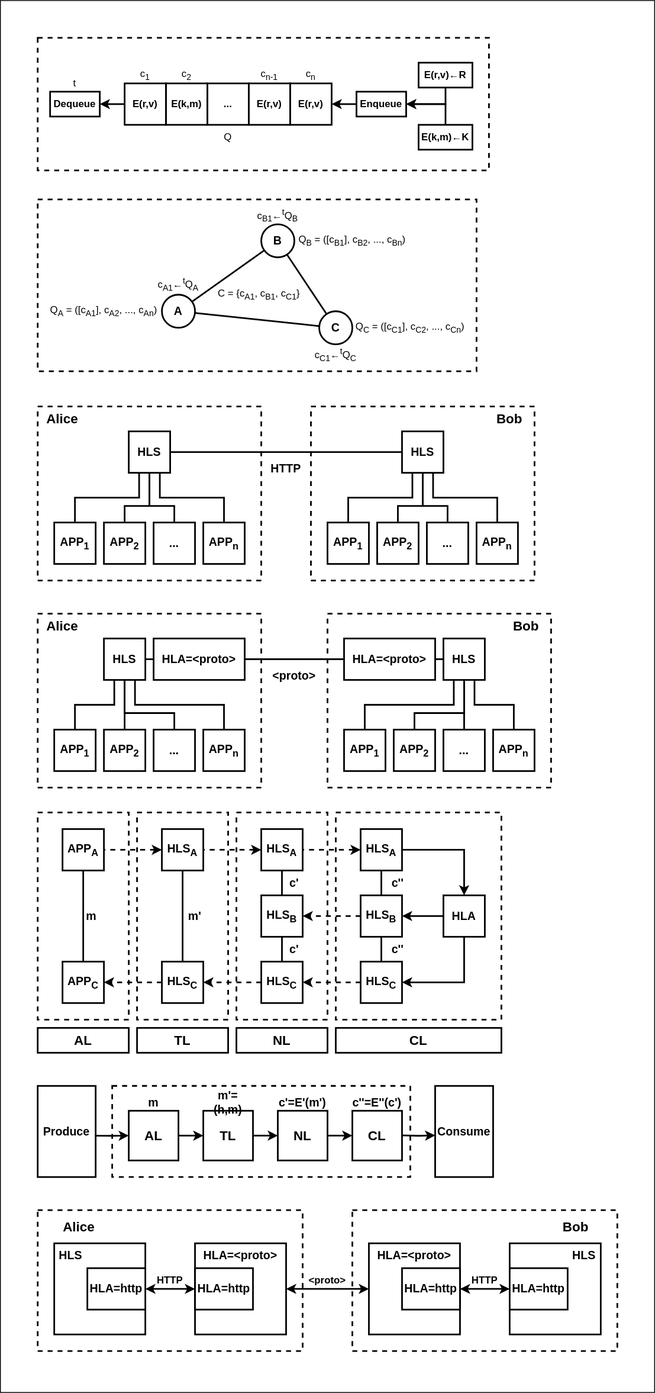
Above: docs/hidden_lake_anonymous_network_scheme.svg in number571/hidden-lake (draw.io), before the change. Source tidied: cells renumbered, new cells last; positions are measured from the earlier drawing's top-left corner, leaving out a move shared by most shapes.
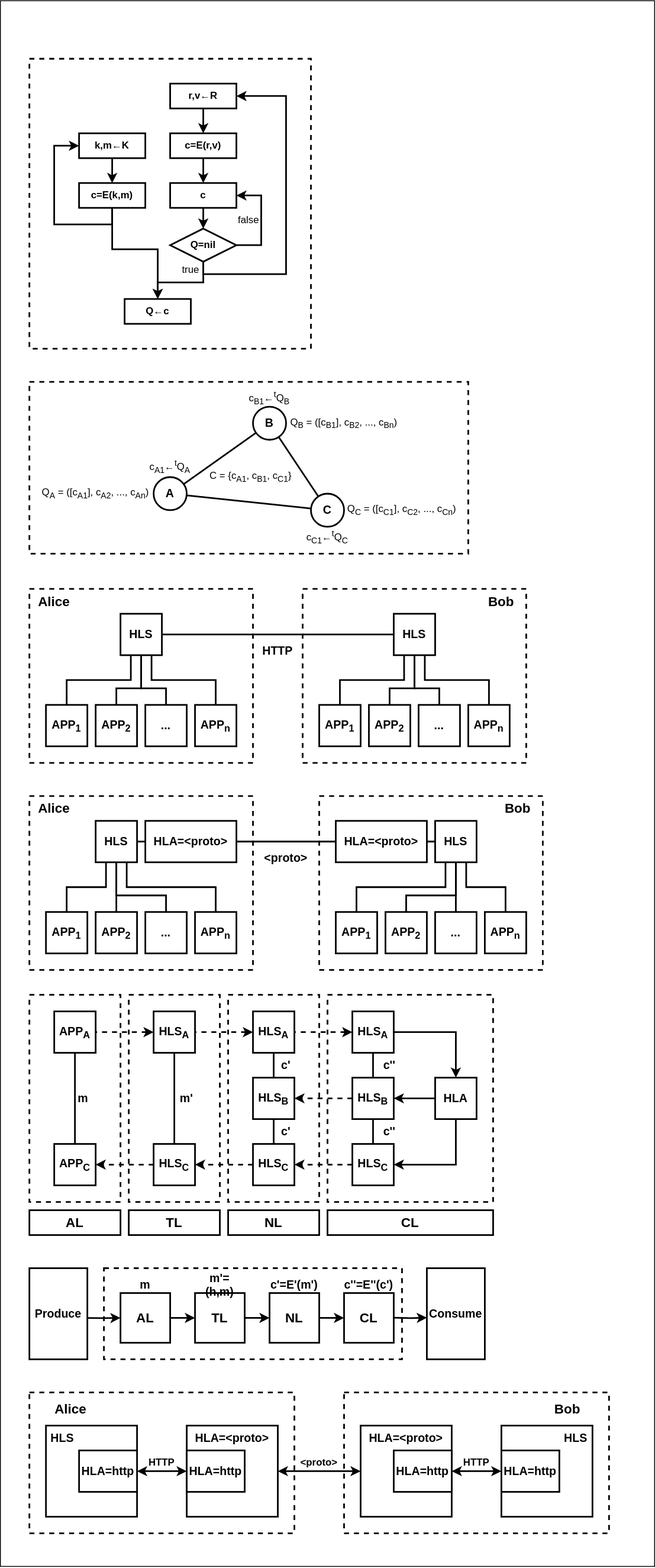
The same diagram one commit later.

Change to the diagram source:
```diff
@@ -361,7 +361,7 @@
       <mxGeometry x="45" y="1240" width="110" height="30" as="geometry" />
     </mxCell>
     <mxCell id="108" style="rounded=0;whiteSpace=wrap;html=1;strokeColor=default;fillColor=none;" parent="1" vertex="1">
-      <mxGeometry width="790" height="1680" as="geometry" />
+      <mxGeometry x="10" y="-220" width="790" height="1890" as="geometry" />
     </mxCell>
     <mxCell id="109" style="edgeStyle=orthogonalEdgeStyle;rounded=0;jettySize=auto;html=1;exitX=0.994;exitY=0.547;exitDx=0;exitDy=0;entryX=0;entryY=0.5;entryDx=0;entryDy=0;strokeWidth=2;exitPerimeter=0;" parent="1" edge="1" source="110" target="113">
       <mxGeometry relative="1" as="geometry" />
@@ -483,65 +483,91 @@
     <mxCell id="147" style="rounded=0;whiteSpace=wrap;html=1;fillColor=none;strokeWidth=2;dashed=1;" parent="1" vertex="1">
       <mxGeometry x="45" y="240" width="530" height="207.5" as="geometry" />
     </mxCell>
-    <mxCell id="148" style="edgeStyle=orthogonalEdgeStyle;rounded=0;jettySize=auto;html=1;exitX=0;exitY=0.5;exitDx=0;exitDy=0;entryX=1;entryY=0.5;entryDx=0;entryDy=0;strokeWidth=2;" parent="1" edge="1" source="149" target="160">
-      <mxGeometry relative="1" as="geometry" />
-    </mxCell>
-    <mxCell id="149" value="&lt;b&gt;E(r,v)&lt;/b&gt;" style="rounded=0;whiteSpace=wrap;html=1;strokeWidth=2;" parent="1" vertex="1">
-      <mxGeometry x="150" y="100" width="50" height="50" as="geometry" />
-    </mxCell>
-    <mxCell id="150" value="c&lt;sub&gt;1&lt;/sub&gt;" style="text;html=1;align=center;verticalAlign=middle;whiteSpace=wrap;rounded=0;" parent="1" vertex="1">
-      <mxGeometry x="150" y="80" width="50" height="20" as="geometry" />
-    </mxCell>
-    <mxCell id="151" value="&lt;b&gt;E(k,m)&lt;/b&gt;" style="rounded=0;whiteSpace=wrap;html=1;strokeWidth=2;" parent="1" vertex="1">
-      <mxGeometry x="200" y="100" width="50" height="50" as="geometry" />
-    </mxCell>
-    <mxCell id="152" value="c&lt;sub&gt;2&lt;/sub&gt;" style="text;html=1;align=center;verticalAlign=middle;whiteSpace=wrap;rounded=0;" parent="1" vertex="1">
-      <mxGeometry x="200" y="80" width="50" height="20" as="geometry" />
-    </mxCell>
-    <mxCell id="153" value="&lt;b&gt;...&lt;/b&gt;" style="rounded=0;whiteSpace=wrap;html=1;strokeWidth=2;" parent="1" vertex="1">
-      <mxGeometry x="250" y="100" width="50" height="50" as="geometry" />
-    </mxCell>
-    <mxCell id="154" value="&lt;b&gt;E(r,v)&lt;/b&gt;" style="rounded=0;whiteSpace=wrap;html=1;strokeWidth=2;" parent="1" vertex="1">
-      <mxGeometry x="300" y="100" width="50" height="50" as="geometry" />
-    </mxCell>
-    <mxCell id="155" value="&lt;b&gt;E(r,v)&lt;/b&gt;" style="rounded=0;whiteSpace=wrap;html=1;strokeWidth=2;" parent="1" vertex="1">
-      <mxGeometry x="350" y="100" width="50" height="50" as="geometry" />
-    </mxCell>
-    <mxCell id="156" value="c&lt;sub&gt;n-1&lt;/sub&gt;" style="text;html=1;align=center;verticalAlign=middle;whiteSpace=wrap;rounded=0;" parent="1" vertex="1">
-      <mxGeometry x="300" y="80" width="50" height="20" as="geometry" />
-    </mxCell>
-    <mxCell id="157" value="c&lt;sub&gt;n&lt;/sub&gt;" style="text;html=1;align=center;verticalAlign=middle;whiteSpace=wrap;rounded=0;" parent="1" vertex="1">
-      <mxGeometry x="350" y="80" width="50" height="20" as="geometry" />
-    </mxCell>
-    <mxCell id="158" style="edgeStyle=orthogonalEdgeStyle;rounded=0;jettySize=auto;html=1;exitX=0.5;exitY=1;exitDx=0;exitDy=0;entryX=1;entryY=0.5;entryDx=0;entryDy=0;strokeWidth=2;" parent="1" edge="1" source="159" target="165">
-      <mxGeometry relative="1" as="geometry" />
-    </mxCell>
-    <mxCell id="159" value="&lt;b&gt;E(r,v)←R&lt;/b&gt;" style="rounded=0;whiteSpace=wrap;html=1;strokeWidth=2;" parent="1" vertex="1">
-      <mxGeometry x="505" y="75" width="65" height="30" as="geometry" />
-    </mxCell>
-    <mxCell id="160" value="&lt;b&gt;Dequeue&lt;/b&gt;" style="rounded=0;whiteSpace=wrap;html=1;strokeWidth=2;" parent="1" vertex="1">
-      <mxGeometry x="60" y="110" width="60" height="30" as="geometry" />
-    </mxCell>
-    <mxCell id="161" value="Q" style="text;html=1;align=center;verticalAlign=middle;whiteSpace=wrap;rounded=0;" parent="1" vertex="1">
-      <mxGeometry x="150" y="150" width="250" height="30" as="geometry" />
-    </mxCell>
-    <mxCell id="162" style="edgeStyle=orthogonalEdgeStyle;rounded=0;jettySize=auto;html=1;exitX=0.5;exitY=0;exitDx=0;exitDy=0;entryX=1;entryY=0.5;entryDx=0;entryDy=0;strokeWidth=2;" parent="1" edge="1" source="163" target="165">
-      <mxGeometry relative="1" as="geometry" />
-    </mxCell>
-    <mxCell id="163" value="&lt;b&gt;E(k,m)←K&lt;/b&gt;" style="rounded=0;whiteSpace=wrap;html=1;strokeWidth=2;" parent="1" vertex="1">
-      <mxGeometry x="505" y="150" width="65" height="30" as="geometry" />
-    </mxCell>
-    <mxCell id="164" style="edgeStyle=orthogonalEdgeStyle;rounded=0;jettySize=auto;html=1;exitX=0;exitY=0.5;exitDx=0;exitDy=0;entryX=1;entryY=0.5;entryDx=0;entryDy=0;strokeWidth=2;" parent="1" edge="1" source="165" target="155">
-      <mxGeometry relative="1" as="geometry" />
-    </mxCell>
-    <mxCell id="165" value="&lt;b&gt;Enqueue&lt;/b&gt;" style="rounded=0;whiteSpace=wrap;html=1;strokeWidth=2;" parent="1" vertex="1">
-      <mxGeometry x="430" y="110" width="60" height="30" as="geometry" />
-    </mxCell>
-    <mxCell id="166" value="t" style="text;html=1;align=center;verticalAlign=middle;whiteSpace=wrap;rounded=0;" parent="1" vertex="1">
-      <mxGeometry x="60" y="90" width="60" height="20" as="geometry" />
-    </mxCell>
-    <mxCell id="167" style="rounded=0;whiteSpace=wrap;html=1;fillColor=none;strokeWidth=2;dashed=1;" parent="1" vertex="1">
-      <mxGeometry x="45" y="45" width="545" height="160" as="geometry" />
-    </mxCell>
+    <mxCell id="168" style="edgeStyle=orthogonalEdgeStyle;rounded=0;jettySize=auto;html=1;exitX=0.5;exitY=1;exitDx=0;exitDy=0;entryX=0.5;entryY=0;entryDx=0;entryDy=0;strokeWidth=2;" parent="1" edge="1" source="171" target="170">
+      <mxGeometry relative="1" as="geometry" />
+    </mxCell>
+    <mxCell id="169" style="edgeStyle=orthogonalEdgeStyle;rounded=0;jettySize=auto;html=1;exitX=0.5;exitY=1;exitDx=0;exitDy=0;entryX=0;entryY=0.5;entryDx=0;entryDy=0;strokeWidth=2;" parent="1" edge="1" source="170" target="171">
+      <mxGeometry relative="1" as="geometry">
+        <Array as="points">
+          <mxPoint x="145" y="50" />
+          <mxPoint x="75" y="50" />
+          <mxPoint x="75" y="-45" />
+        </Array>
+      </mxGeometry>
+    </mxCell>
+    <mxCell id="170" value="&lt;b&gt;c=E(k,m)&lt;/b&gt;" style="rounded=0;whiteSpace=wrap;html=1;strokeWidth=2;" parent="1" vertex="1">
+      <mxGeometry x="105" width="80" height="30" as="geometry" />
+    </mxCell>
+    <mxCell id="171" value="&lt;b&gt;k,m&lt;/b&gt;&lt;b&gt;←K&lt;/b&gt;" style="rounded=0;whiteSpace=wrap;html=1;strokeWidth=2;" parent="1" vertex="1">
+      <mxGeometry x="105" y="-60" width="80" height="30" as="geometry" />
+    </mxCell>
+    <mxCell id="172" style="edgeStyle=orthogonalEdgeStyle;rounded=0;jettySize=auto;html=1;exitX=0.5;exitY=1;exitDx=0;exitDy=0;entryX=0.5;entryY=0;entryDx=0;entryDy=0;strokeWidth=2;" parent="1" edge="1" source="174" target="173">
+      <mxGeometry relative="1" as="geometry" />
+    </mxCell>
+    <mxCell id="173" value="&lt;b&gt;c=E(r,v)&lt;/b&gt;" style="rounded=0;whiteSpace=wrap;html=1;strokeWidth=2;" parent="1" vertex="1">
+      <mxGeometry x="215" y="-60" width="80" height="30" as="geometry" />
+    </mxCell>
+    <mxCell id="174" value="&lt;b&gt;r,v&lt;/b&gt;&lt;b&gt;←R&lt;/b&gt;" style="rounded=0;whiteSpace=wrap;html=1;strokeWidth=2;" parent="1" vertex="1">
+      <mxGeometry x="215" y="-120" width="80" height="30" as="geometry" />
+    </mxCell>
+    <mxCell id="175" style="edgeStyle=orthogonalEdgeStyle;rounded=0;jettySize=auto;html=1;exitX=1;exitY=0.5;exitDx=0;exitDy=0;entryX=1;entryY=0.5;entryDx=0;entryDy=0;strokeWidth=2;" parent="1" edge="1" source="178" target="181">
+      <mxGeometry relative="1" as="geometry">
+        <Array as="points">
+          <mxPoint x="325" y="75" />
+          <mxPoint x="325" y="15" />
+        </Array>
+      </mxGeometry>
+    </mxCell>
+    <mxCell id="176" style="edgeStyle=orthogonalEdgeStyle;rounded=0;jettySize=auto;html=1;exitX=0.5;exitY=1;exitDx=0;exitDy=0;strokeWidth=2;entryX=0.5;entryY=0;entryDx=0;entryDy=0;" parent="1" edge="1" source="178" target="185">
+      <mxGeometry relative="1" as="geometry">
+        <Array as="points">
+          <mxPoint x="255" y="120" />
+          <mxPoint x="200" y="120" />
+        </Array>
+      </mxGeometry>
+    </mxCell>
+    <mxCell id="177" style="edgeStyle=orthogonalEdgeStyle;rounded=0;jettySize=auto;html=1;exitX=0.5;exitY=1;exitDx=0;exitDy=0;entryX=1;entryY=0.5;entryDx=0;entryDy=0;strokeWidth=2;" parent="1" edge="1" source="178" target="174">
+      <mxGeometry relative="1" as="geometry">
+        <Array as="points">
+          <mxPoint x="255" y="110" />
+          <mxPoint x="355" y="110" />
+          <mxPoint x="355" y="-105" />
+        </Array>
+      </mxGeometry>
+    </mxCell>
+    <mxCell id="178" value="&lt;b&gt;Q=&lt;span style=&quot;color:var(--color-emphasized, #000); text-decoration:inherit; text-decoration-color:var(--color-emphasized, #000);&quot;&gt;nil&lt;/span&gt;&lt;/b&gt;" style="rhombus;whiteSpace=wrap;html=1;strokeWidth=2;" parent="1" vertex="1">
+      <mxGeometry x="215" y="55" width="80" height="40" as="geometry" />
+    </mxCell>
+    <mxCell id="179" style="edgeStyle=orthogonalEdgeStyle;rounded=0;jettySize=auto;html=1;exitX=0.5;exitY=1;exitDx=0;exitDy=0;entryX=0.5;entryY=0;entryDx=0;entryDy=0;strokeWidth=2;" parent="1" edge="1" source="170" target="185">
+      <mxGeometry relative="1" as="geometry">
+        <Array as="points">
+          <mxPoint x="145" y="80" />
+          <mxPoint x="200" y="80" />
+        </Array>
+      </mxGeometry>
+    </mxCell>
+    <mxCell id="180" style="edgeStyle=orthogonalEdgeStyle;rounded=0;jettySize=auto;html=1;exitX=0.5;exitY=1;exitDx=0;exitDy=0;entryX=0.5;entryY=0;entryDx=0;entryDy=0;strokeWidth=2;" parent="1" edge="1" source="181" target="178">
+      <mxGeometry relative="1" as="geometry" />
+    </mxCell>
+    <mxCell id="181" value="&lt;b&gt;c&lt;/b&gt;" style="rounded=0;whiteSpace=wrap;html=1;strokeWidth=2;" parent="1" vertex="1">
+      <mxGeometry x="215" width="80" height="30" as="geometry" />
+    </mxCell>
+    <mxCell id="182" style="edgeStyle=orthogonalEdgeStyle;rounded=0;jettySize=auto;html=1;exitX=0.5;exitY=1;exitDx=0;exitDy=0;strokeWidth=2;" parent="1" edge="1" source="173">
+      <mxGeometry relative="1" as="geometry">
+        <mxPoint x="255" as="targetPoint" />
+      </mxGeometry>
+    </mxCell>
+    <mxCell id="183" value="true" style="text;html=1;align=center;verticalAlign=middle;whiteSpace=wrap;rounded=0;" parent="1" vertex="1">
+      <mxGeometry x="225" y="90" width="30" height="30" as="geometry" />
+    </mxCell>
+    <mxCell id="184" value="false" style="text;html=1;align=center;verticalAlign=middle;whiteSpace=wrap;rounded=0;" parent="1" vertex="1">
+      <mxGeometry x="295" y="30" width="30" height="30" as="geometry" />
+    </mxCell>
+    <mxCell id="185" value="&lt;b&gt;Q&lt;/b&gt;&lt;b&gt;←c&lt;/b&gt;" style="rounded=0;whiteSpace=wrap;html=1;strokeWidth=2;" parent="1" vertex="1">
+      <mxGeometry x="160" y="140" width="80" height="30" as="geometry" />
+    </mxCell>
+    <mxCell id="186" style="rounded=0;whiteSpace=wrap;html=1;fillColor=none;strokeWidth=2;dashed=1;" parent="1" vertex="1">
+      <mxGeometry x="45" y="-150" width="340" height="350" as="geometry" />
+    </mxCell>
   </root>
 </mxGraphModel>
```
